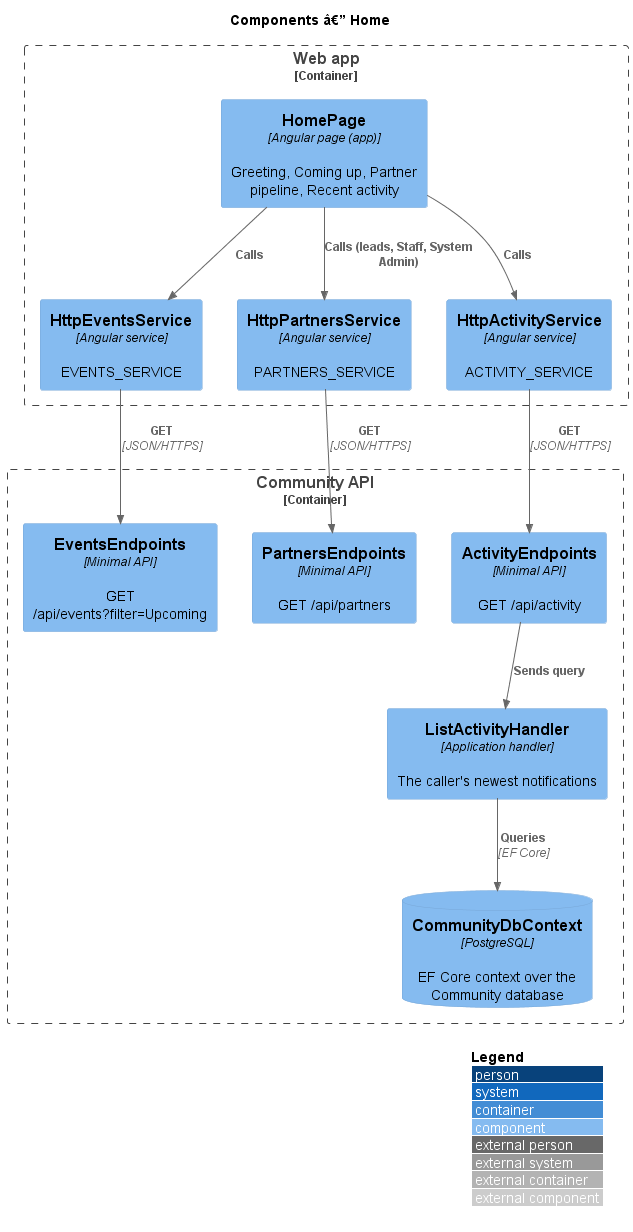
Above: docs/detailed-designs/platform/home/diagrams/c4-component.png in QuinntyneBrown/faithtech-community (PlantUML), before the change.
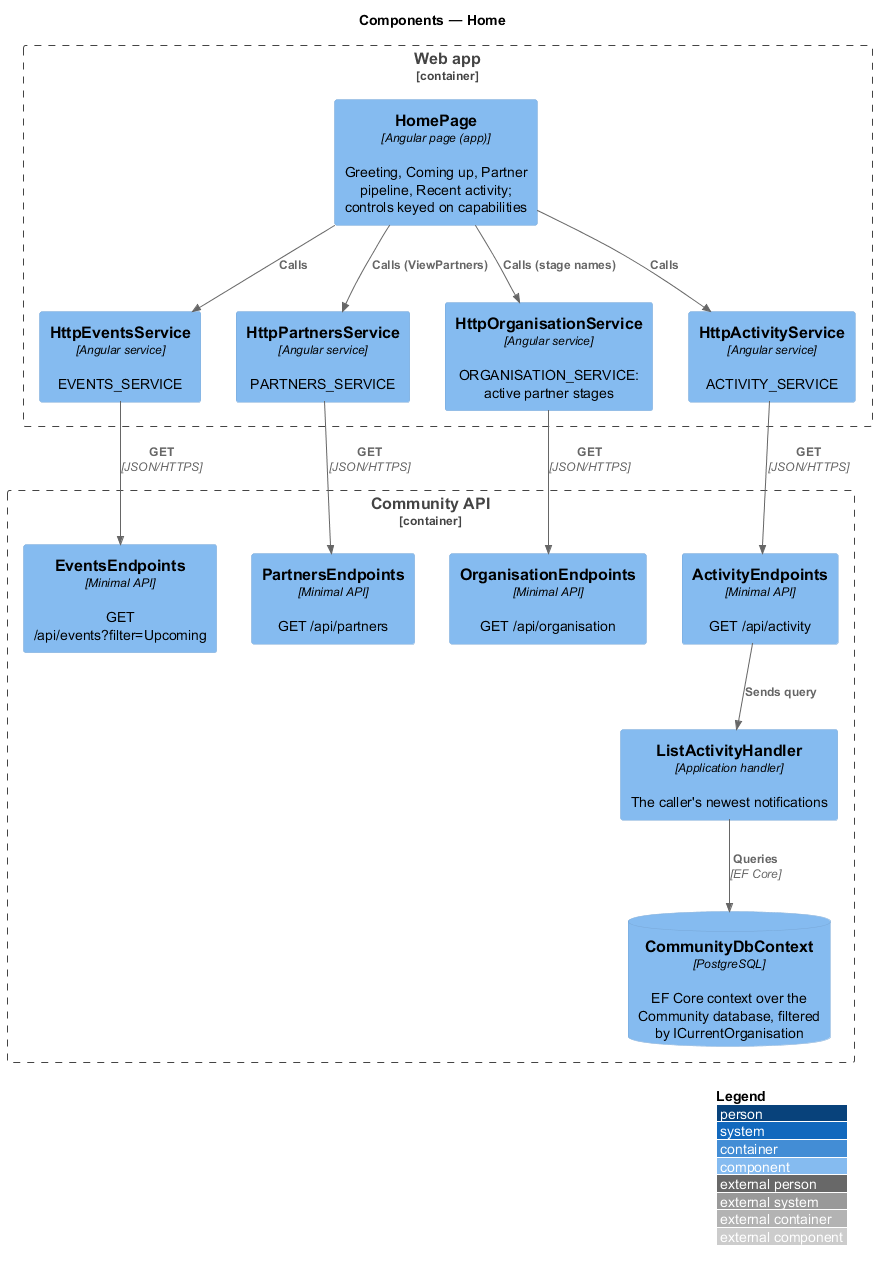
After the commit.

The edit, as a diff of the source:
```diff
@@ -1,25 +1,29 @@
 @startuml
 !include <C4/C4_Component>
 LAYOUT_WITH_LEGEND()
-title Components â€” Home
+title Components — Home
 Container_Boundary(web, "Web app") {
-  Component(page, "HomePage", "Angular page (app)", "Greeting, Coming up, Partner pipeline, Recent activity")
+  Component(page, "HomePage", "Angular page (app)", "Greeting, Coming up, Partner pipeline, Recent activity; controls keyed on capabilities")
   Component(ev, "HttpEventsService", "Angular service", "EVENTS_SERVICE")
   Component(pa, "HttpPartnersService", "Angular service", "PARTNERS_SERVICE")
+  Component(org, "HttpOrganisationService", "Angular service", "ORGANISATION_SERVICE: active partner stages")
   Component(ac, "HttpActivityService", "Angular service", "ACTIVITY_SERVICE")
 }
 Container_Boundary(api, "Community API") {
   Component(eep, "EventsEndpoints", "Minimal API", "GET /api/events?filter=Upcoming")
   Component(pep, "PartnersEndpoints", "Minimal API", "GET /api/partners")
+  Component(oep, "OrganisationEndpoints", "Minimal API", "GET /api/organisation")
   Component(aep, "ActivityEndpoints", "Minimal API", "GET /api/activity")
   Component(h, "ListActivityHandler", "Application handler", "The caller's newest notifications")
-  ComponentDb(db, "CommunityDbContext", "PostgreSQL", "EF Core context over the Community database")
+  ComponentDb(db, "CommunityDbContext", "PostgreSQL", "EF Core context over the Community database, filtered by ICurrentOrganisation")
 }
 Rel(page, ev, "Calls")
-Rel(page, pa, "Calls (leads, Staff, System Admin)")
+Rel(page, pa, "Calls (ViewPartners)")
+Rel(page, org, "Calls (stage names)")
 Rel(page, ac, "Calls")
 Rel(ev, eep, "GET", "JSON/HTTPS")
 Rel(pa, pep, "GET", "JSON/HTTPS")
+Rel(org, oep, "GET", "JSON/HTTPS")
 Rel(ac, aep, "GET", "JSON/HTTPS")
 Rel(aep, h, "Sends query")
 Rel(h, db, "Queries", "EF Core")
```
